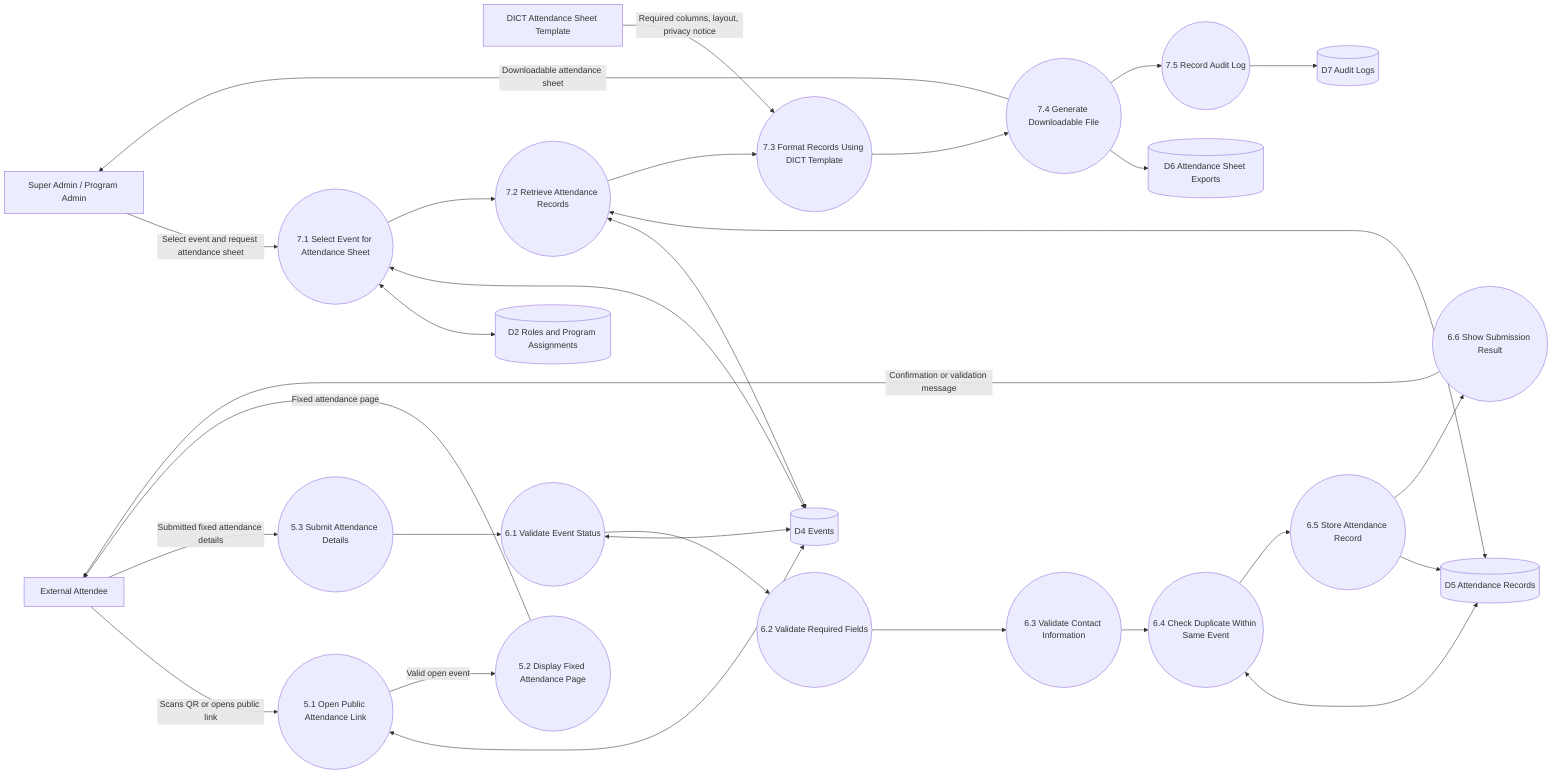
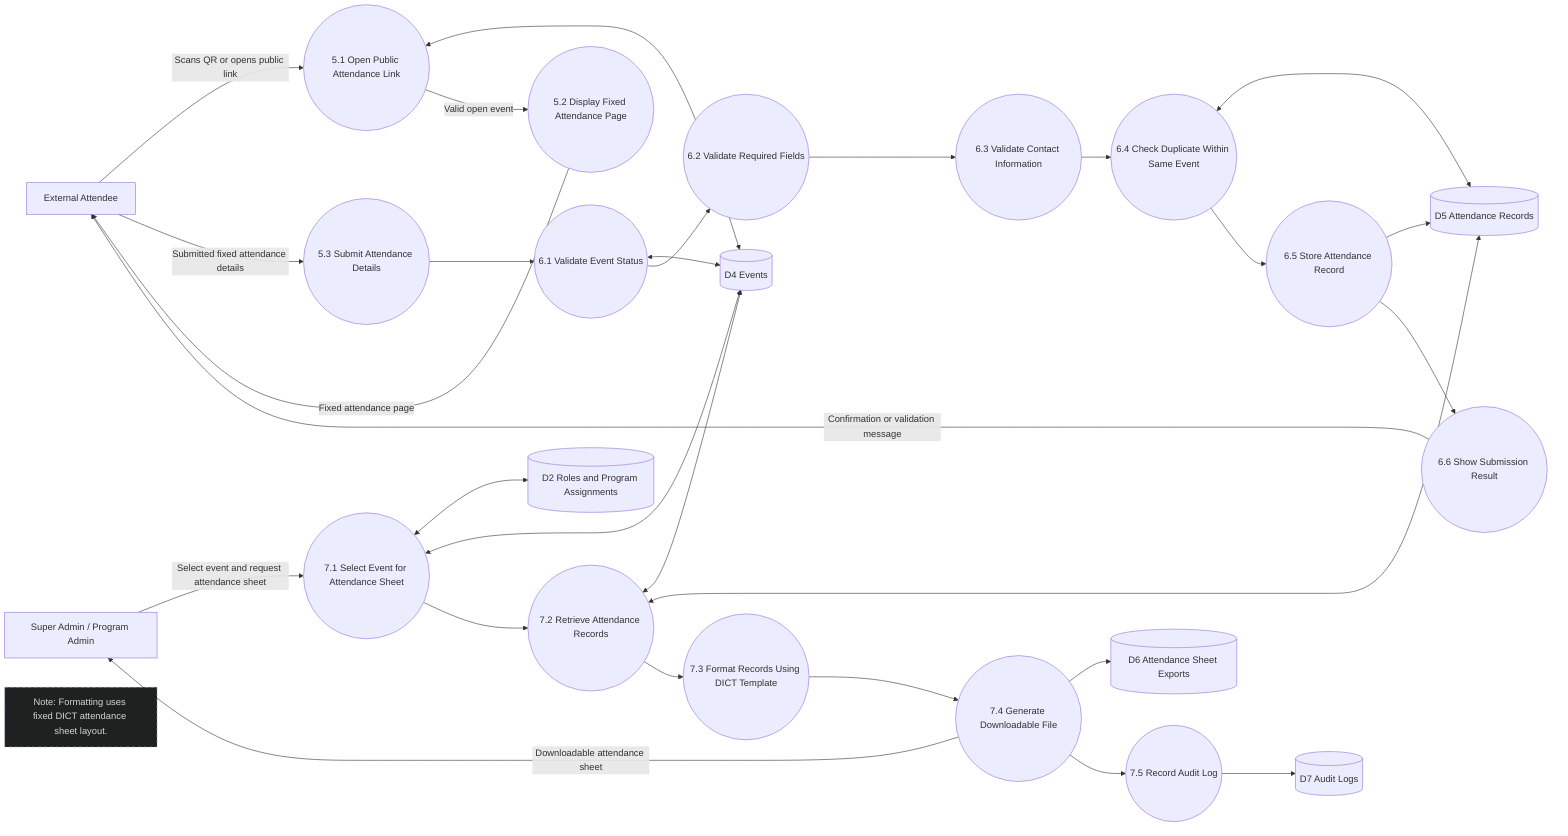
flowchart LR
  attendee[External Attendee]
  admin[Super Admin / Program Admin]
-   template[DICT Attendance Sheet Template]
+   note_template["Note: Formatting uses fixed DICT attendance sheet layout."]

  p51((5.1 Open Public Attendance Link))
  p52((5.2 Display Fixed Attendance Page))
  p53((5.3 Submit Attendance Details))
  p61((6.1 Validate Event Status))
  p62((6.2 Validate Required Fields))
  p63((6.3 Validate Contact Information))
  p64((6.4 Check Duplicate Within Same Event))
  p65((6.5 Store Attendance Record))
  p66((6.6 Show Submission Result))
  p71((7.1 Select Event for Attendance Sheet))
  p72((7.2 Retrieve Attendance Records))
  p73((7.3 Format Records Using DICT Template))
  p74((7.4 Generate Downloadable File))
  p75((7.5 Record Audit Log))

  d2[(D2 Roles and Program Assignments)]
  d4[(D4 Events)]
  d5[(D5 Attendance Records)]
  d6[(D6 Attendance Sheet Exports)]
  d7[(D7 Audit Logs)]

  attendee -->|Scans QR or opens public link| p51
  p51 <--> d4
  p51 -->|Valid open event| p52
  p52 -->|Fixed attendance page| attendee
  attendee -->|Submitted fixed attendance details| p53
  p53 --> p61
  p61 <--> d4
  p61 --> p62
  p62 --> p63
  p63 --> p64
  p64 <--> d5
  p64 --> p65
  p65 --> d5
  p65 --> p66
  p66 -->|Confirmation or validation message| attendee

  admin -->|Select event and request attendance sheet| p71
  p71 <--> d2
  p71 <--> d4
  p71 --> p72
  p72 <--> d4
  p72 <--> d5
  p72 --> p73
-   template -->|Required columns, layout, privacy notice| p73
  p73 --> p74
  p74 --> d6
  p74 -->|Downloadable attendance sheet| admin
  p74 --> p75
  p75 --> d7
+ 
+   classDef note fill:#1f2020,stroke:#8CA6DB,color:#d4d4d4,stroke-dasharray: 5 5
+   class note_template note
